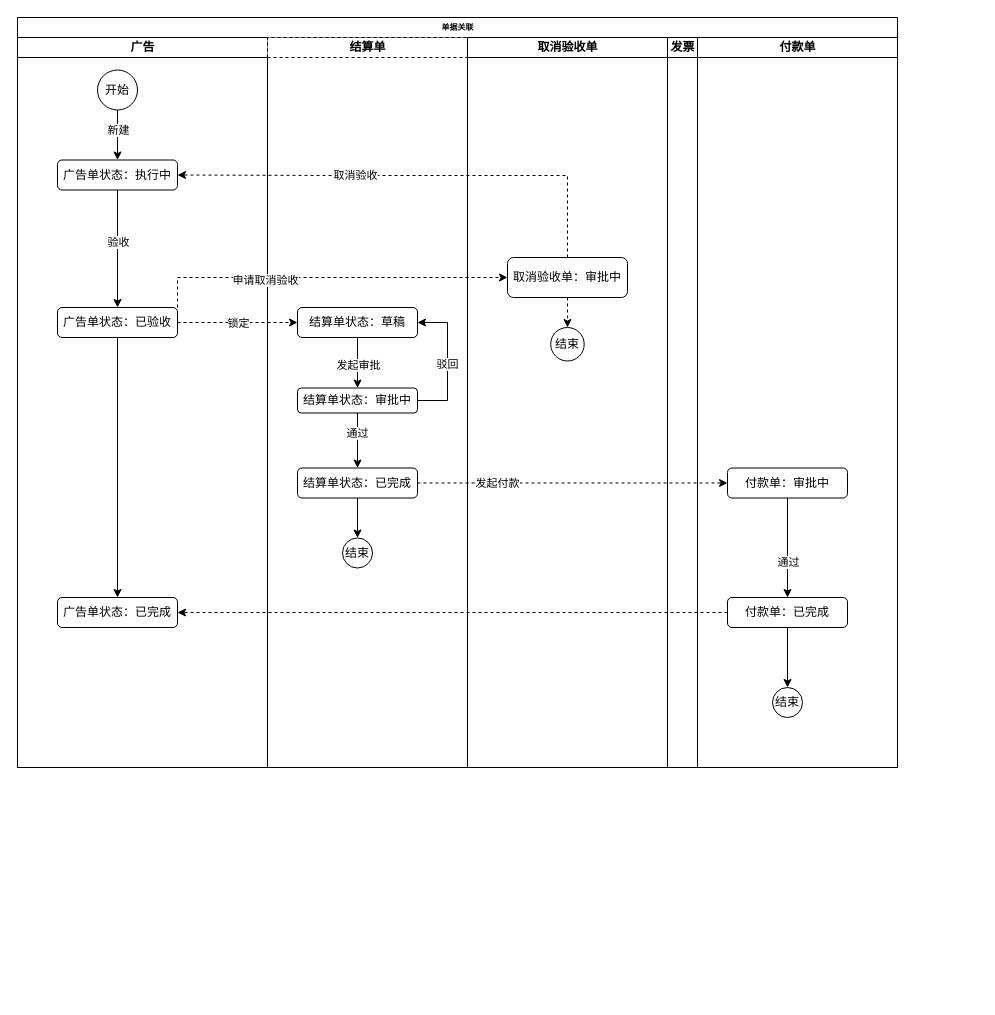
The draw.io diagram 单据泳道图.drawio in Lucreziacici/work-diary, before the edit. Source tidied: cells renumbered, new cells numbered last; positions are measured from the earlier drawing's top-left corner, leaving out a move shared by most shapes. Both pictures are drawn from the tidied source at 100%, with x=0, y=0 at pixel (17, 17).
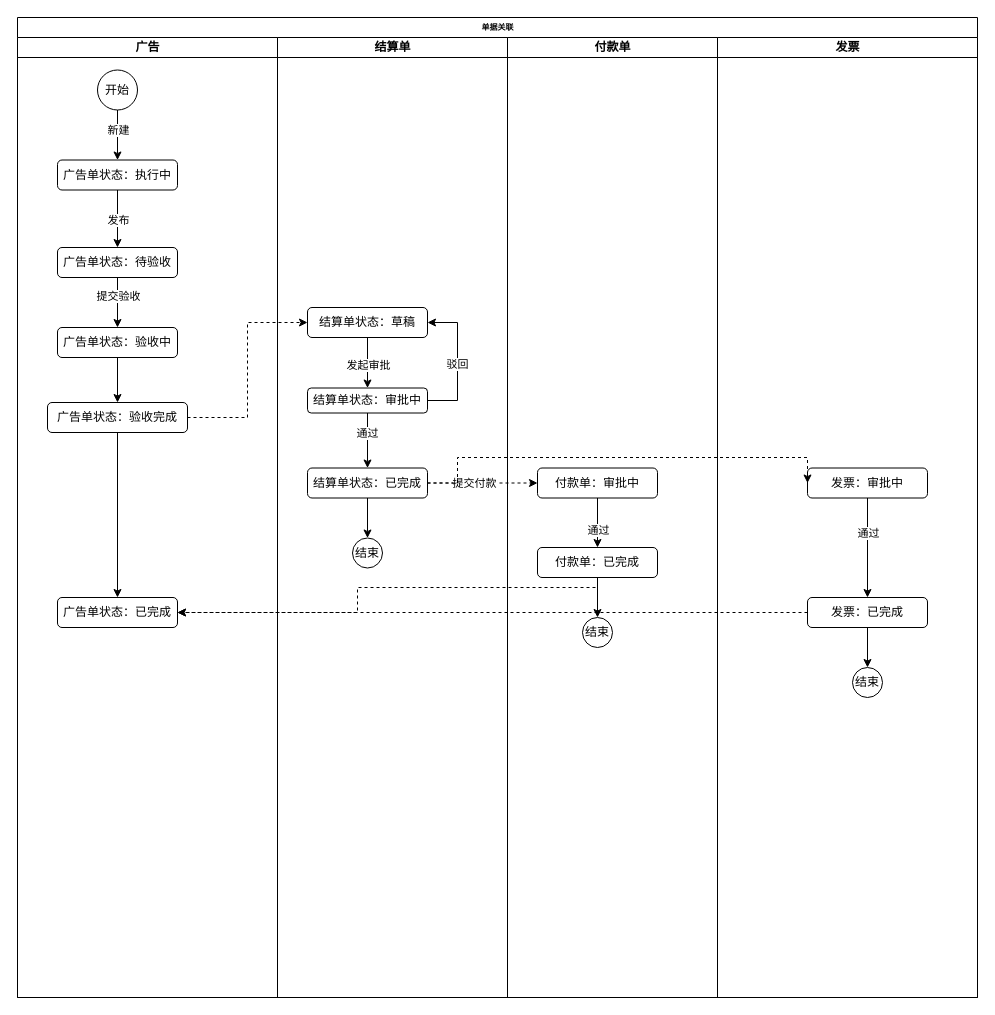
After the change.

Commit message:
Update 单据泳道图.drawio

The change refers to these unchanged cells:
```xml
<mxCell id="5" value="广告单状态：执行中" style="rounded=1;whiteSpace=wrap;html=1;" parent="3" vertex="1">
  <mxGeometry x="40" y="122.5" width="120" height="30" as="geometry" />
</mxCell>
<mxCell id="9" style="edgeStyle=orthogonalEdgeStyle;rounded=0;jettySize=auto;html=1;" parent="3" edge="1" source="5" target="8">
  <mxGeometry relative="1" as="geometry" />
</mxCell>
<mxCell id="11" value="广告单状态：已完成" style="whiteSpace=wrap;html=1;rounded=1;" parent="3" vertex="1">
  <mxGeometry x="40" y="560" width="120" height="30" as="geometry" />
</mxCell>
<mxCell id="16" value="结算单状态：草稿" style="rounded=1;whiteSpace=wrap;html=1;" parent="13" vertex="1">
  <mxGeometry x="30" y="270" width="120" height="30" as="geometry" />
</mxCell>
<mxCell id="23" value="结算单状态：已完成" style="whiteSpace=wrap;html=1;rounded=1;" parent="13" vertex="1">
  <mxGeometry x="30" y="430.5" width="120" height="30" as="geometry" />
</mxCell>
<mxCell id="33" value="付款单：审批中" style="rounded=1;whiteSpace=wrap;html=1;" parent="30" vertex="1">
  <mxGeometry x="30" y="430.5" width="120" height="30" as="geometry" />
</mxCell>
```

The edit, as a diff of the source:
```diff
@@
     <mxCell id="2" value="单据关联" style="swimlane;html=1;startSize=20;rounded=0;shadow=0;labelBackgroundColor=none;strokeWidth=1;fontFamily=Verdana;fontSize=8;align=center;" parent="1" vertex="1">
-      <mxGeometry width="880" height="750" as="geometry" />
+      <mxGeometry width="960" height="980" as="geometry" />
     </mxCell>
     <mxCell id="3" value="广告" style="swimlane;html=1;startSize=20;" parent="2" vertex="1">
-      <mxGeometry y="20" width="250" height="730" as="geometry" />
+      <mxGeometry y="20" width="260" height="960" as="geometry" />
     </mxCell>
@@
+    <mxCell id="46" style="edgeStyle=orthogonalEdgeStyle;rounded=0;jettySize=auto;html=1;" parent="3" edge="1" source="8" target="51">
+      <mxGeometry relative="1" as="geometry" />
+    </mxCell>
+    <mxCell id="47" value="提交验收" style="edgeLabel;html=1;align=center;verticalAlign=middle;" parent="46" vertex="1">
+      <mxGeometry x="-0.27" relative="1" as="geometry" />
+    </mxCell>
-    <mxCell id="8" value="广告单状态：已验收" style="whiteSpace=wrap;html=1;rounded=1;" parent="3" vertex="1">
-      <mxGeometry x="40" y="270" width="120" height="30" as="geometry" />
+    <mxCell id="8" value="广告单状态：待验收" style="whiteSpace=wrap;html=1;rounded=1;" parent="3" vertex="1">
+      <mxGeometry x="40" y="210" width="120" height="30" as="geometry" />
     </mxCell>
@@
-    <mxCell id="10" value="验收" style="edgeLabel;html=1;align=center;verticalAlign=middle;" parent="9" vertex="1">
+    <mxCell id="10" value="发布" style="edgeLabel;html=1;align=center;verticalAlign=middle;" parent="9" vertex="1">
       <mxGeometry x="-0.25" relative="1" as="geometry">
         <mxPoint y="8" as="offset" />
       </mxGeometry>
     </mxCell>
@@
-    <mxCell id="12" style="edgeStyle=orthogonalEdgeStyle;rounded=0;jettySize=auto;html=1;" parent="3" edge="1" source="8" target="11">
-      <mxGeometry relative="1" as="geometry" />
-    </mxCell>
+    <mxCell id="48" style="edgeStyle=orthogonalEdgeStyle;rounded=0;jettySize=auto;html=1;" parent="3" edge="1" source="49" target="11">
+      <mxGeometry relative="1" as="geometry" />
+    </mxCell>
+    <mxCell id="49" value="广告单状态：验收完成" style="whiteSpace=wrap;html=1;rounded=1;" parent="3" vertex="1">
+      <mxGeometry x="30" y="365" width="140" height="30" as="geometry" />
+    </mxCell>
+    <mxCell id="50" style="edgeStyle=orthogonalEdgeStyle;rounded=0;jettySize=auto;html=1;" parent="3" edge="1" source="51" target="49">
+      <mxGeometry relative="1" as="geometry" />
+    </mxCell>
+    <mxCell id="51" value="广告单状态：验收中" style="whiteSpace=wrap;html=1;rounded=1;" parent="3" vertex="1">
+      <mxGeometry x="40" y="290" width="120" height="30" as="geometry" />
+    </mxCell>
-    <mxCell id="13" value="结算单" style="swimlane;html=1;startSize=20;dashed=1;" parent="2" vertex="1">
-      <mxGeometry x="250" y="20" width="200" height="730" as="geometry" />
+    <mxCell id="13" value="结算单" style="swimlane;html=1;startSize=20;" parent="2" vertex="1">
+      <mxGeometry x="260" y="20" width="230" height="960" as="geometry" />
     </mxCell>
@@
-    <mxCell id="25" value="取消验收单" style="swimlane;html=1;startSize=20;" parent="2" vertex="1">
-      <mxGeometry x="450" y="20" width="200" height="730" as="geometry" />
-    </mxCell>
-    <mxCell id="26" style="edgeStyle=orthogonalEdgeStyle;rounded=0;jettySize=auto;html=1;dashed=1;" parent="25" edge="1" source="27" target="28">
-      <mxGeometry relative="1" as="geometry" />
-    </mxCell>
-    <mxCell id="27" value="取消验收单：审批中" style="rounded=1;whiteSpace=wrap;html=1;" parent="25" vertex="1">
-      <mxGeometry x="40" y="220" width="120" height="40" as="geometry" />
-    </mxCell>
-    <mxCell id="28" value="结束" style="ellipse;whiteSpace=wrap;html=1;" parent="25" vertex="1">
-      <mxGeometry x="83.2" y="290" width="33.5" height="33.5" as="geometry" />
-    </mxCell>
-    <mxCell id="29" value="发票" style="swimlane;html=1;startSize=20;" parent="2" vertex="1" collapsed="1">
-      <mxGeometry x="650" y="20" width="30" height="730" as="geometry" />
-    </mxCell>
+    <mxCell id="41" style="edgeStyle=orthogonalEdgeStyle;curved=0;rounded=1;sketch=0;jettySize=auto;html=1;dashed=1;" parent="2" edge="1" source="23" target="33">
+      <mxGeometry relative="1" as="geometry" />
+    </mxCell>
+    <mxCell id="52" value="提交付款" style="edgeLabel;html=1;align=center;verticalAlign=middle;" parent="41" vertex="1">
+      <mxGeometry x="-0.17" relative="1" as="geometry" />
+    </mxCell>
     <mxCell id="30" value="付款单" style="swimlane;html=1;startSize=20;" parent="2" vertex="1">
-      <mxGeometry x="680" y="20" width="200" height="730" as="geometry" />
+      <mxGeometry x="490" y="20" width="210" height="960" as="geometry" />
     </mxCell>
@@
     <mxCell id="34" value="付款单：已完成" style="whiteSpace=wrap;html=1;rounded=1;" parent="30" vertex="1">
-      <mxGeometry x="30" y="560" width="120" height="30" as="geometry" />
+      <mxGeometry x="30" y="510" width="120" height="30" as="geometry" />
     </mxCell>
     <mxCell id="35" value="结束" style="ellipse;whiteSpace=wrap;html=1;" parent="30" vertex="1">
-      <mxGeometry x="75" y="650" width="30" height="30" as="geometry" />
+      <mxGeometry x="75" y="580" width="30" height="30" as="geometry" />
     </mxCell>
@@
-    <mxCell id="37" style="edgeStyle=orthogonalEdgeStyle;rounded=0;jettySize=auto;html=1;dashed=1;" parent="2" edge="1" source="8" target="16">
-      <mxGeometry relative="1" as="geometry" />
-    </mxCell>
-    <mxCell id="38" value="锁定" style="edgeLabel;html=1;align=center;verticalAlign=middle;" parent="37" vertex="1">
-      <mxGeometry x="0.32" y="-1" relative="1" as="geometry">
-        <mxPoint x="-19" y="-1" as="offset" />
-      </mxGeometry>
-    </mxCell>
-    <mxCell id="39" style="edgeStyle=orthogonalEdgeStyle;rounded=0;jettySize=auto;html=1;dashed=1;" parent="2" edge="1" source="8" target="27">
-      <mxGeometry relative="1" as="geometry">
-        <Array as="points">
-          <mxPoint x="160" y="260" />
-          <mxPoint x="550" y="260" />
-        </Array>
-      </mxGeometry>
-    </mxCell>
-    <mxCell id="40" value="申请取消验收" style="edgeLabel;html=1;align=center;verticalAlign=middle;" parent="39" vertex="1">
-      <mxGeometry x="-0.35" y="-2" relative="1" as="geometry" />
-    </mxCell>
-    <mxCell id="41" style="edgeStyle=orthogonalEdgeStyle;curved=0;rounded=1;sketch=0;jettySize=auto;html=1;dashed=1;" parent="2" edge="1" source="23" target="33">
-      <mxGeometry relative="1" as="geometry" />
-    </mxCell>
-    <mxCell id="42" value="发起付款" style="edgeLabel;html=1;align=center;verticalAlign=middle;" parent="41" vertex="1">
-      <mxGeometry x="0.2" y="1" relative="1" as="geometry">
-        <mxPoint x="-107" y="1" as="offset" />
-      </mxGeometry>
-    </mxCell>
+    <mxCell id="29" value="发票" style="swimlane;html=1;startSize=20;" parent="2" vertex="1">
+      <mxGeometry x="700" y="20" width="260" height="960" as="geometry" />
+    </mxCell>
+    <mxCell id="53" style="edgeStyle=orthogonalEdgeStyle;curved=0;rounded=1;sketch=0;jettySize=auto;html=1;entryX=0.5;entryY=0;entryDx=0;entryDy=0;" parent="29" edge="1" source="55" target="57">
+      <mxGeometry relative="1" as="geometry" />
+    </mxCell>
+    <mxCell id="54" value="通过" style="edgeLabel;html=1;align=center;verticalAlign=middle;" parent="53" vertex="1">
+      <mxGeometry x="-0.29" relative="1" as="geometry" />
+    </mxCell>
+    <mxCell id="55" value="发票：审批中" style="rounded=1;whiteSpace=wrap;html=1;" parent="29" vertex="1">
+      <mxGeometry x="90" y="430.5" width="120" height="30" as="geometry" />
+    </mxCell>
+    <mxCell id="56" style="edgeStyle=orthogonalEdgeStyle;curved=0;rounded=1;sketch=0;jettySize=auto;html=1;entryX=0.5;entryY=0;entryDx=0;entryDy=0;" parent="29" edge="1" source="57" target="28">
+      <mxGeometry relative="1" as="geometry" />
+    </mxCell>
+    <mxCell id="57" value="发票：已完成" style="rounded=1;whiteSpace=wrap;html=1;" parent="29" vertex="1">
+      <mxGeometry x="90" y="560" width="120" height="30" as="geometry" />
+    </mxCell>
+    <mxCell id="28" value="结束" style="ellipse;whiteSpace=wrap;html=1;" parent="29" vertex="1">
+      <mxGeometry x="135" y="630" width="30" height="30" as="geometry" />
+    </mxCell>
+    <mxCell id="58" style="edgeStyle=orthogonalEdgeStyle;rounded=0;jettySize=auto;html=1;entryX=0;entryY=0.5;entryDx=0;entryDy=0;dashed=1;" parent="2" edge="1" source="23" target="55">
+      <mxGeometry relative="1" as="geometry">
+        <Array as="points">
+          <mxPoint x="440" y="465" />
+          <mxPoint x="440" y="440" />
+          <mxPoint x="790" y="440" />
+        </Array>
+      </mxGeometry>
+    </mxCell>
+    <mxCell id="59" style="edgeStyle=orthogonalEdgeStyle;rounded=0;jettySize=auto;html=1;entryX=1;entryY=0.5;entryDx=0;entryDy=0;dashed=1;" parent="2" edge="1" source="57" target="11">
+      <mxGeometry relative="1" as="geometry" />
+    </mxCell>
+    <mxCell id="60" style="edgeStyle=orthogonalEdgeStyle;rounded=0;jettySize=auto;html=1;entryX=0;entryY=0.5;entryDx=0;entryDy=0;dashed=1;" parent="2" edge="1" source="49" target="16">
+      <mxGeometry relative="1" as="geometry" />
+    </mxCell>
-    <mxCell id="43" style="edgeStyle=orthogonalEdgeStyle;curved=0;rounded=1;sketch=0;jettySize=auto;html=1;entryX=1;entryY=0.5;entryDx=0;entryDy=0;dashed=1;" parent="2" edge="1" source="34" target="11">
-      <mxGeometry relative="1" as="geometry" />
+    <mxCell id="43" style="edgeStyle=orthogonalEdgeStyle;rounded=0;jettySize=auto;html=1;entryX=1;entryY=0.5;entryDx=0;entryDy=0;dashed=1;" parent="2" edge="1" source="34" target="11">
+      <mxGeometry relative="1" as="geometry">
+        <Array as="points">
+          <mxPoint x="580" y="570" />
+          <mxPoint x="340" y="570" />
+          <mxPoint x="340" y="595" />
+        </Array>
+      </mxGeometry>
     </mxCell>
-    <mxCell id="44" style="edgeStyle=orthogonalEdgeStyle;rounded=0;jettySize=auto;html=1;entryX=1;entryY=0.5;entryDx=0;entryDy=0;dashed=1;" parent="2" edge="1" source="27" target="5">
-      <mxGeometry relative="1" as="geometry">
-        <Array as="points">
-          <mxPoint x="550" y="158" />
-          <mxPoint x="325" y="158" />
-        </Array>
-      </mxGeometry>
-    </mxCell>
-    <mxCell id="45" value="取消验收" style="edgeLabel;html=1;align=center;verticalAlign=middle;" parent="44" vertex="1">
-      <mxGeometry x="0.25" y="-1" relative="1" as="geometry" />
-    </mxCell>
```
